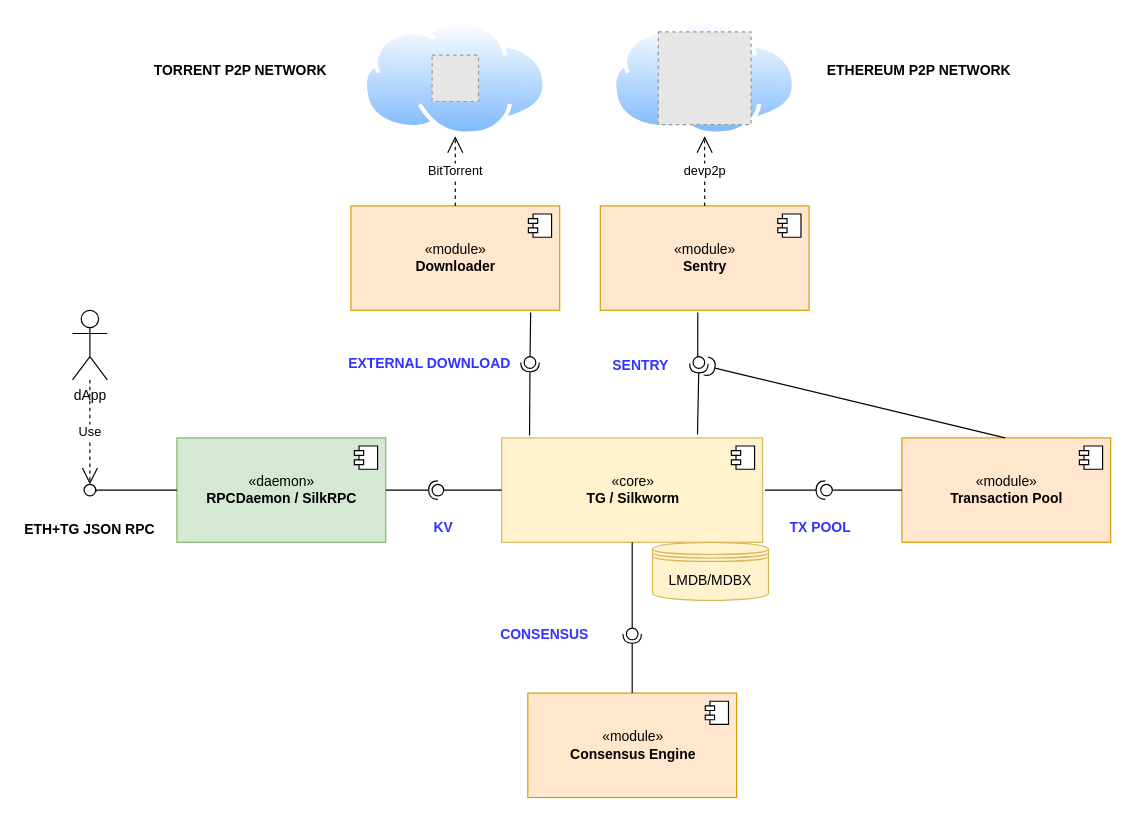
The draw.io diagram turbo-geth.drawio in erigontech/interfaces, before the edit. Source tidied: cells renumbered, new cells numbered last; positions are measured from the earlier drawing's top-left corner, leaving out a move shared by most shapes. Both pictures are drawn from the tidied source at 116%, with x=0, y=0 at pixel (20, 20). Pictures stored in the file or linked from it are replaced by grey dashed boxes.
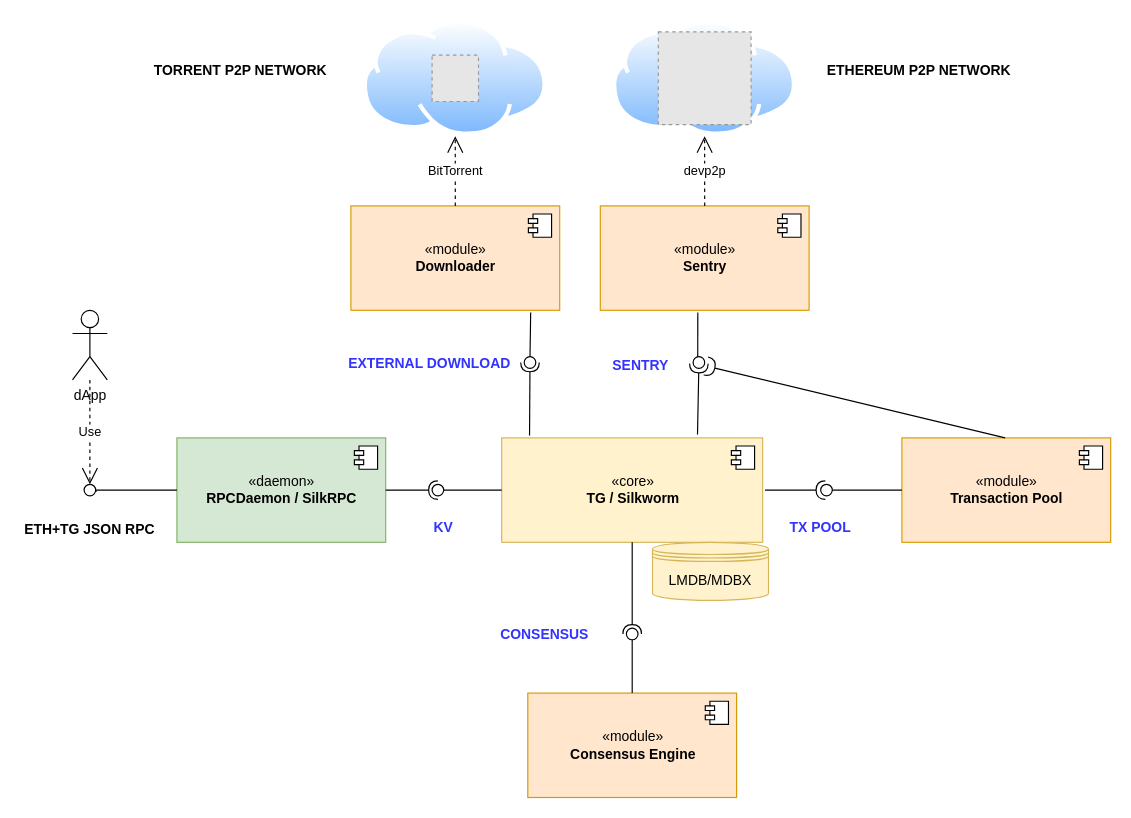
The same page after the edit.

Commit message (it also covers changes not shown here):
Fix Consensus interface provider

The change refers to these unchanged cells:
```xml
<mxCell id="4" value="«core»&lt;br&gt;&lt;b&gt;TG / Silkworm&lt;/b&gt;" style="html=1;fillColor=#fff2cc;strokeColor=#d6b656;" parent="1" vertex="1">
  <mxGeometry x="415" y="360" width="225" height="90" as="geometry" />
</mxCell>
<mxCell id="10" value="«module»&lt;br&gt;&lt;b&gt;Consensus Engine&lt;/b&gt;" style="html=1;fillColor=#ffe6cc;strokeColor=#d79b00;" parent="1" vertex="1">
  <mxGeometry x="437.5" y="580" width="180" height="90" as="geometry" />
</mxCell>
<mxCell id="46" style="ellipse;whiteSpace=wrap;html=1;fontFamily=Helvetica;fontSize=12;fontColor=#000000;align=center;strokeColor=#000000;fillColor=#ffffff;points=[];" parent="1" vertex="1">
  <mxGeometry x="522.5" y="524" width="10" height="10" as="geometry" />
</mxCell>
```

Diff of the diagram source:
```diff
@@
-    <mxCell id="19" style="rounded=0;jettySize=auto;html=1;endArrow=none;endFill=0;exitX=0.5;exitY=1;exitDx=0;exitDy=0;" parent="1" edge="1" source="4" target="46">
+    <mxCell id="19" style="rounded=0;jettySize=auto;html=1;endArrow=none;endFill=0;exitX=0.5;exitY=0;exitDx=0;exitDy=0;" parent="1" edge="1" source="10" target="46">
       <mxGeometry relative="1" as="geometry" />
     </mxCell>
-    <mxCell id="20" style="rounded=0;jettySize=auto;html=1;endArrow=halfCircle;endFill=0;entryX=0.5;entryY=0.5;entryDx=0;entryDy=0;endSize=6;strokeWidth=1;exitX=0.5;exitY=0;exitDx=0;exitDy=0;" parent="1" edge="1" source="10" target="46">
+    <mxCell id="20" style="rounded=0;jettySize=auto;html=1;endArrow=halfCircle;endFill=0;entryX=0.5;entryY=0.5;entryDx=0;entryDy=0;endSize=6;strokeWidth=1;exitX=0.5;exitY=1;exitDx=0;exitDy=0;" parent="1" edge="1" source="4" target="46">
       <mxGeometry relative="1" as="geometry" />
     </mxCell>
```
